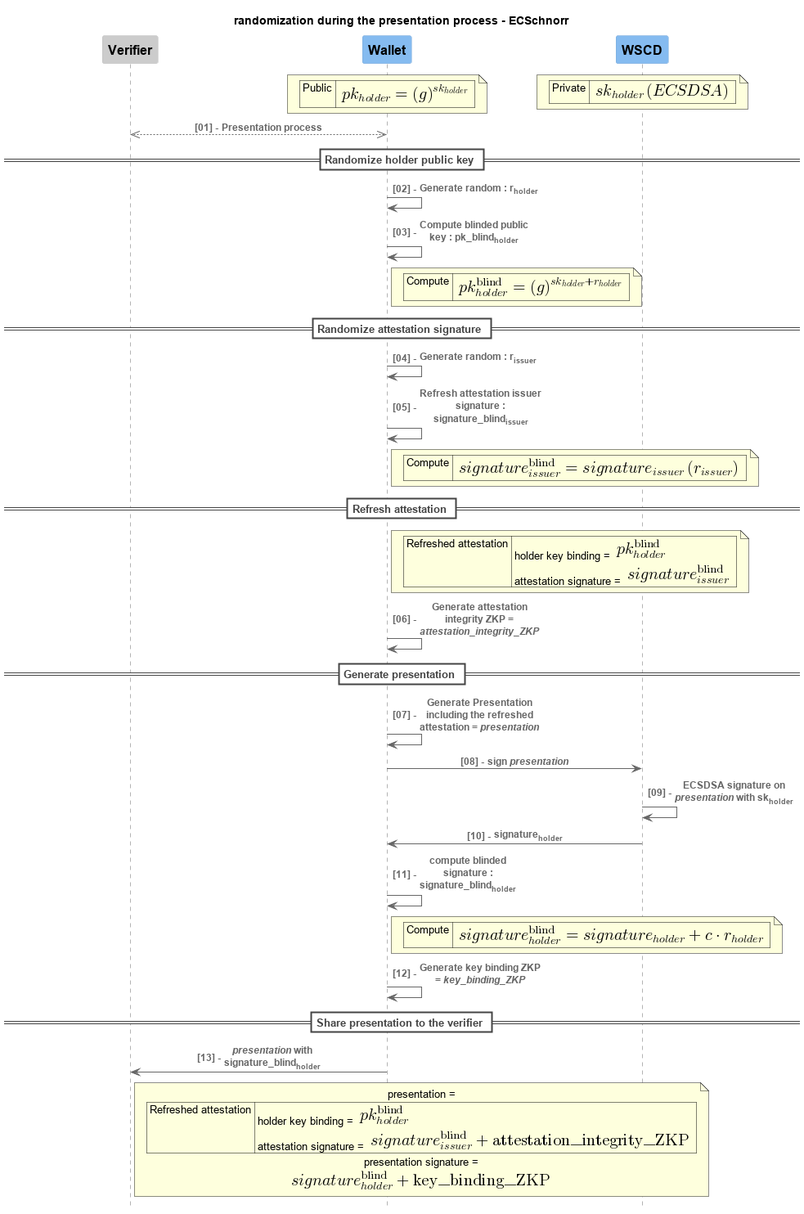
Above: media/1/blind-holder-ecsdsa-presentation.png in Orange-OpenSource/BBS-SHARP-doc-eudi-wallet (PlantUML), before the change. Source of this version:
```plantuml
@startuml 1/blind-holder-ecsdsa-presentation
title randomization during the presentation process - ECSchnorr

!include <c4/C4_Context.puml>
!include <c4/C4_Container.puml>
!include <c4/C4_Component.puml>
!include <c4/C4_Dynamic.puml>
!include <c4/C4_Sequence.puml>
!include <office/Users/user.puml>
!include <office/Users/mobile_user.puml>

skinparam ParticipantPadding 120

HIDE_STEREOTYPE()
autonumber "<b>[00] - "

Component_Ext(verifier, "Verifier")
Component(wallet, "Wallet")
Component(se, "WSCD")

note over wallet
| Public | <math>pk_(holder)=(g)^(sk_(holder))</math> |
end note
/note over se
| Private | <math>sk_(holder) (ECSDSA)</math> |
end note


BiRel(verifier, wallet, "Presentation process")

== Randomize holder public key ==
Rel(wallet, wallet, "Generate random : r<sub>holder</sub>")
Rel(wallet, wallet, "Compute blinded public key : pk_blind<sub>holder</sub>")
note right wallet
| Compute | <math>pk_(holder)^("blind") = (g)^(sk_(holder)+r_(holder))</math> |
end note

== Randomize attestation signature ==
Rel(wallet, wallet, "Generate random : r<sub>issuer</sub>")
Rel(wallet, wallet, "Refresh attestation issuer signature : signature_blind<sub>issuer</sub>")
note right wallet
| Compute | <math>signature_(issuer)^("blind") = signature_(issuer)(r_(issuer)) </math> |
end note

== Refresh attestation ==
note right wallet
| Refreshed attestation | holder key binding = <math>pk_(holder)^("blind")</math> \n attestation signature = <math>signature_(issuer)^("blind")</math> |
end note
Rel(wallet, wallet, "Generate attestation integrity ZKP = //attestation_integrity_ZKP//")

== Generate presentation ==
Rel(wallet, wallet, "Generate Presentation including the refreshed attestation = //presentation//")
Rel(wallet, se, "sign //presentation//")
Rel(se, se, "ECSDSA signature on //presentation// with sk<sub>holder</sub>")
Rel(se, wallet, "signature<sub>holder</sub>")
Rel(wallet, wallet, "compute blinded signature : signature_blind<sub>holder</sub>")
note right wallet
| Compute | <math>signature_(holder)^("blind") = signature_(holder) + c * r_(holder)</math> |
end note
Rel(wallet, wallet, "Generate key binding ZKP = //key_binding_ZKP//")

== Share presentation to the verifier ==
Rel(wallet, verifier, "//presentation// with signature_blind<sub>holder</sub>")
note right verifier
    presentation =
    | Refreshed attestation | holder key binding = <math>pk_(holder)^("blind")</math> \n attestation signature = <math>signature_(issuer)^("blind") + "attestation_integrity_ZKP"</math> |
    presentation signature = <math>signature_(holder)^("blind") + "key_binding_ZKP"</math>
end note
@enduml
```
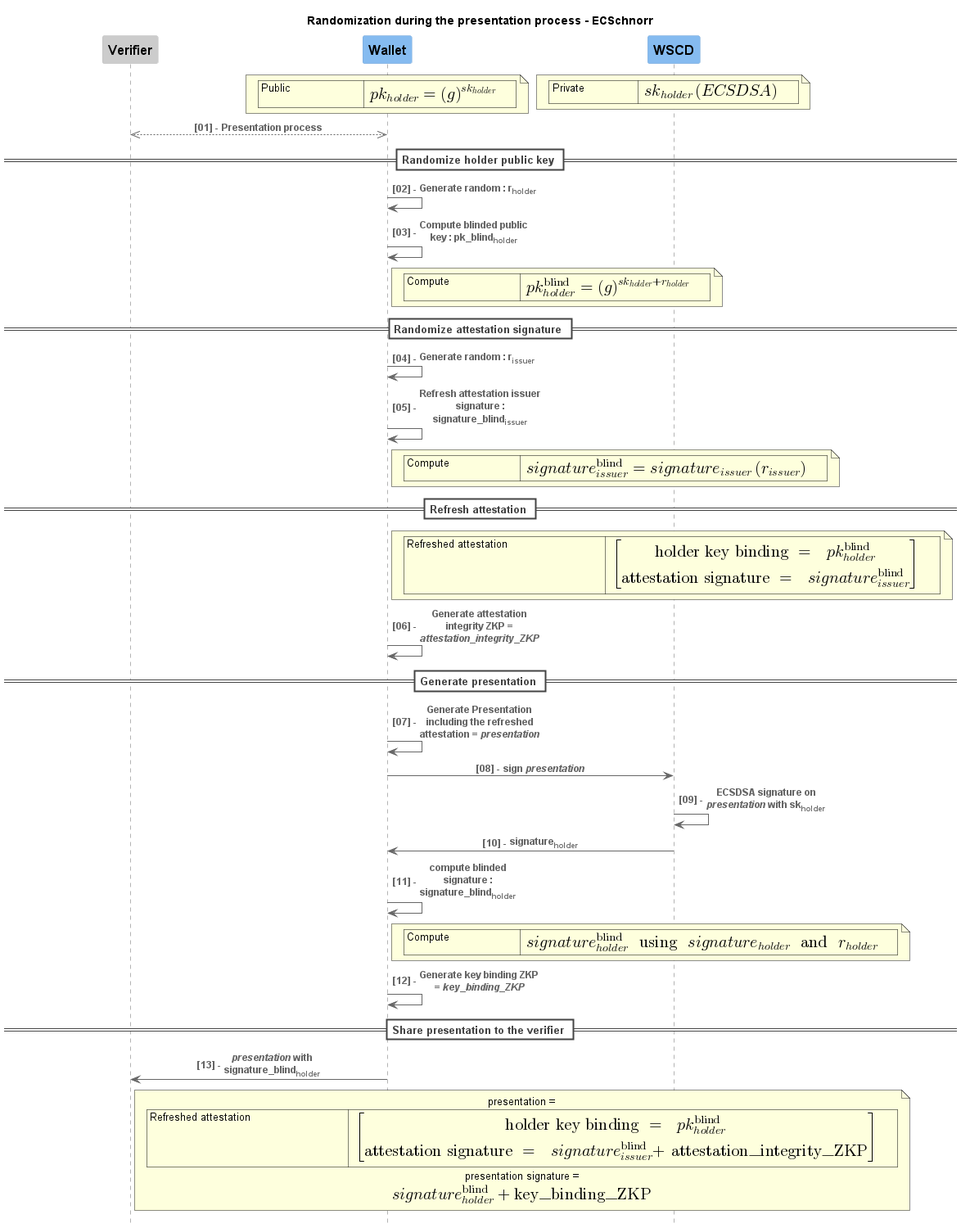
After the commit.

What changed in the source:
```diff
@@ -1,5 +1,5 @@
 @startuml 1/blind-holder-ecsdsa-presentation
-title randomization during the presentation process - ECSchnorr
+title Randomization during the presentation process - ECSchnorr
 
 !include <c4/C4_Context.puml>
 !include <c4/C4_Container.puml>
@@ -44,7 +44,7 @@
 
 == Refresh attestation ==
 note right wallet
-| Refreshed attestation | holder key binding = <math>pk_(holder)^("blind")</math> \n attestation signature = <math>signature_(issuer)^("blind")</math> |
+| Refreshed attestation | <math>[["holder key binding = "pk_(holder)^("blind") ],["attestation signature = " signature_(issuer)^("blind")]]</math> |
 end note
 Rel(wallet, wallet, "Generate attestation integrity ZKP = //attestation_integrity_ZKP//")
 
@@ -55,7 +55,7 @@
 Rel(se, wallet, "signature<sub>holder</sub>")
 Rel(wallet, wallet, "compute blinded signature : signature_blind<sub>holder</sub>")
 note right wallet
-| Compute | <math>signature_(holder)^("blind") = signature_(holder) + c * r_(holder)</math> |
+| Compute | <math>signature_(holder)^("blind") " using " signature_(holder) " and " r_(holder)</math> |
 end note
 Rel(wallet, wallet, "Generate key binding ZKP = //key_binding_ZKP//")
 
@@ -63,7 +63,7 @@
 Rel(wallet, verifier, "//presentation// with signature_blind<sub>holder</sub>")
 note right verifier
     presentation =
-    | Refreshed attestation | holder key binding = <math>pk_(holder)^("blind")</math> \n attestation signature = <math>signature_(issuer)^("blind") + "attestation_integrity_ZKP"</math> |
+    | Refreshed attestation | <math> [["holder key binding = "pk_(holder)^("blind")],[ "attestation signature = " signature_(issuer)^("blind") "+ attestation_integrity_ZKP"]]</math> |
     presentation signature = <math>signature_(holder)^("blind") + "key_binding_ZKP"</math>
 end note
 @enduml
```
